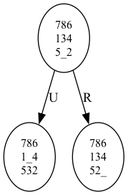
Above: Task1/search_tree.png in IvanTran0101/midterm_AI_2025-2026 (Graphviz), before the change. Its source is kept beside it as Task1/search_tree.dot.
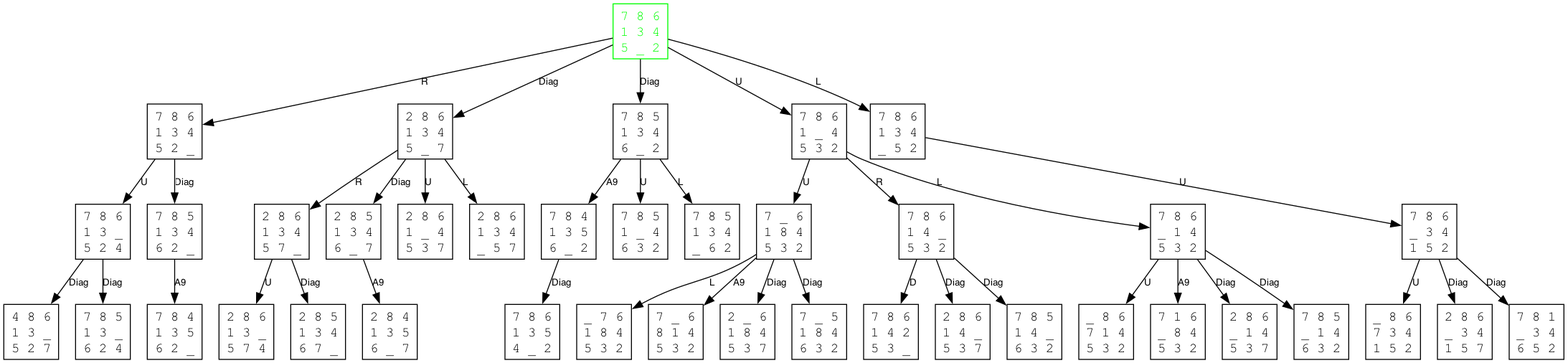
The same file after the commit.

Commit message:
add_visual_searchtree_bynode

What changed in the source:
```diff
@@ -1,8 +1,83 @@
-digraph SearchTree {
-  node [shape=ellipse, fontsize=12];
-  n0 [label="786\n134\n5_2"];
-  n1 [label="786\n1_4\n532"];
-  n2 [label="786\n134\n52_"];
-  n0 -> n1 [label="U"];
-  n0 -> n2 [label="R"];
+digraph SearchTreeAStar {
+  node [shape=box, fontname="Courier New"];
+  edge [fontname="Helvetica", fontsize=10];
+  n0 [label="7 8 6\n1 3 4\n5 _ 2", color="green", fontcolor="green"];
+  n1 [label="7 8 6\n1 3 4\n5 2 _", color="black", fontcolor="black"];
+  n2 [label="2 8 6\n1 3 4\n5 _ 7", color="black", fontcolor="black"];
+  n3 [label="7 8 5\n1 3 4\n6 _ 2", color="black", fontcolor="black"];
+  n4 [label="7 8 6\n1 _ 4\n5 3 2", color="black", fontcolor="black"];
+  n5 [label="7 8 6\n1 3 4\n_ 5 2", color="black", fontcolor="black"];
+  n6 [label="7 8 6\n1 3 _\n5 2 4", color="black", fontcolor="black"];
+  n7 [label="7 8 5\n1 3 4\n6 2 _", color="black", fontcolor="black"];
+  n8 [label="2 8 6\n1 3 4\n5 7 _", color="black", fontcolor="black"];
+  n9 [label="2 8 5\n1 3 4\n6 _ 7", color="black", fontcolor="black"];
+  n10 [label="7 8 4\n1 3 5\n6 _ 2", color="black", fontcolor="black"];
+  n11 [label="7 _ 6\n1 8 4\n5 3 2", color="black", fontcolor="black"];
+  n12 [label="7 8 6\n1 4 _\n5 3 2", color="black", fontcolor="black"];
+  n13 [label="7 8 6\n_ 1 4\n5 3 2", color="black", fontcolor="black"];
+  n14 [label="7 8 6\n_ 3 4\n1 5 2", color="black", fontcolor="black"];
+  n15 [label="2 8 6\n1 _ 4\n5 3 7", color="black", fontcolor="black"];
+  n16 [label="2 8 6\n1 3 4\n_ 5 7", color="black", fontcolor="black"];
+  n17 [label="7 8 5\n1 _ 4\n6 3 2", color="black", fontcolor="black"];
+  n18 [label="7 8 5\n1 3 4\n_ 6 2", color="black", fontcolor="black"];
+  n19 [label="4 8 6\n1 3 _\n5 2 7", color="black", fontcolor="black"];
+  n20 [label="7 8 5\n1 3 _\n6 2 4", color="black", fontcolor="black"];
+  n21 [label="7 8 4\n1 3 5\n6 2 _", color="black", fontcolor="black"];
+  n22 [label="2 8 6\n1 3 _\n5 7 4", color="black", fontcolor="black"];
+  n23 [label="2 8 5\n1 3 4\n6 7 _", color="black", fontcolor="black"];
+  n24 [label="2 8 4\n1 3 5\n6 _ 7", color="black", fontcolor="black"];
+  n25 [label="7 8 6\n1 3 5\n4 _ 2", color="black", fontcolor="black"];
+  n26 [label="_ 7 6\n1 8 4\n5 3 2", color="black", fontcolor="black"];
+  n27 [label="7 _ 6\n8 1 4\n5 3 2", color="black", fontcolor="black"];
+  n28 [label="2 _ 6\n1 8 4\n5 3 7", color="black", fontcolor="black"];
+  n29 [label="7 _ 5\n1 8 4\n6 3 2", color="black", fontcolor="black"];
+  n30 [label="7 8 6\n1 4 2\n5 3 _", color="black", fontcolor="black"];
+  n31 [label="2 8 6\n1 4 _\n5 3 7", color="black", fontcolor="black"];
+  n32 [label="7 8 5\n1 4 _\n6 3 2", color="black", fontcolor="black"];
+  n33 [label="_ 8 6\n7 1 4\n5 3 2", color="black", fontcolor="black"];
+  n34 [label="7 1 6\n_ 8 4\n5 3 2", color="black", fontcolor="black"];
+  n35 [label="2 8 6\n_ 1 4\n5 3 7", color="black", fontcolor="black"];
+  n36 [label="7 8 5\n_ 1 4\n6 3 2", color="black", fontcolor="black"];
+  n37 [label="_ 8 6\n7 3 4\n1 5 2", color="black", fontcolor="black"];
+  n38 [label="2 8 6\n_ 3 4\n1 5 7", color="black", fontcolor="black"];
+  n39 [label="7 8 1\n_ 3 4\n6 5 2", color="black", fontcolor="black"];
+  n0 -> n1 [label="R"];
+  n0 -> n2 [label="Diag"];
+  n0 -> n3 [label="Diag"];
+  n0 -> n4 [label="U"];
+  n0 -> n5 [label="L"];
+  n1 -> n6 [label="U"];
+  n1 -> n7 [label="Diag"];
+  n2 -> n8 [label="R"];
+  n2 -> n9 [label="Diag"];
+  n3 -> n10 [label="A9"];
+  n4 -> n11 [label="U"];
+  n4 -> n12 [label="R"];
+  n4 -> n13 [label="L"];
+  n5 -> n14 [label="U"];
+  n2 -> n15 [label="U"];
+  n2 -> n16 [label="L"];
+  n3 -> n17 [label="U"];
+  n3 -> n18 [label="L"];
+  n6 -> n19 [label="Diag"];
+  n6 -> n20 [label="Diag"];
+  n7 -> n21 [label="A9"];
+  n8 -> n22 [label="U"];
+  n8 -> n23 [label="Diag"];
+  n9 -> n24 [label="A9"];
+  n10 -> n25 [label="Diag"];
+  n11 -> n26 [label="L"];
+  n11 -> n27 [label="A9"];
+  n11 -> n28 [label="Diag"];
+  n11 -> n29 [label="Diag"];
+  n12 -> n30 [label="D"];
+  n12 -> n31 [label="Diag"];
+  n12 -> n32 [label="Diag"];
+  n13 -> n33 [label="U"];
+  n13 -> n34 [label="A9"];
+  n13 -> n35 [label="Diag"];
+  n13 -> n36 [label="Diag"];
+  n14 -> n37 [label="U"];
+  n14 -> n38 [label="Diag"];
+  n14 -> n39 [label="Diag"];
 }
```
